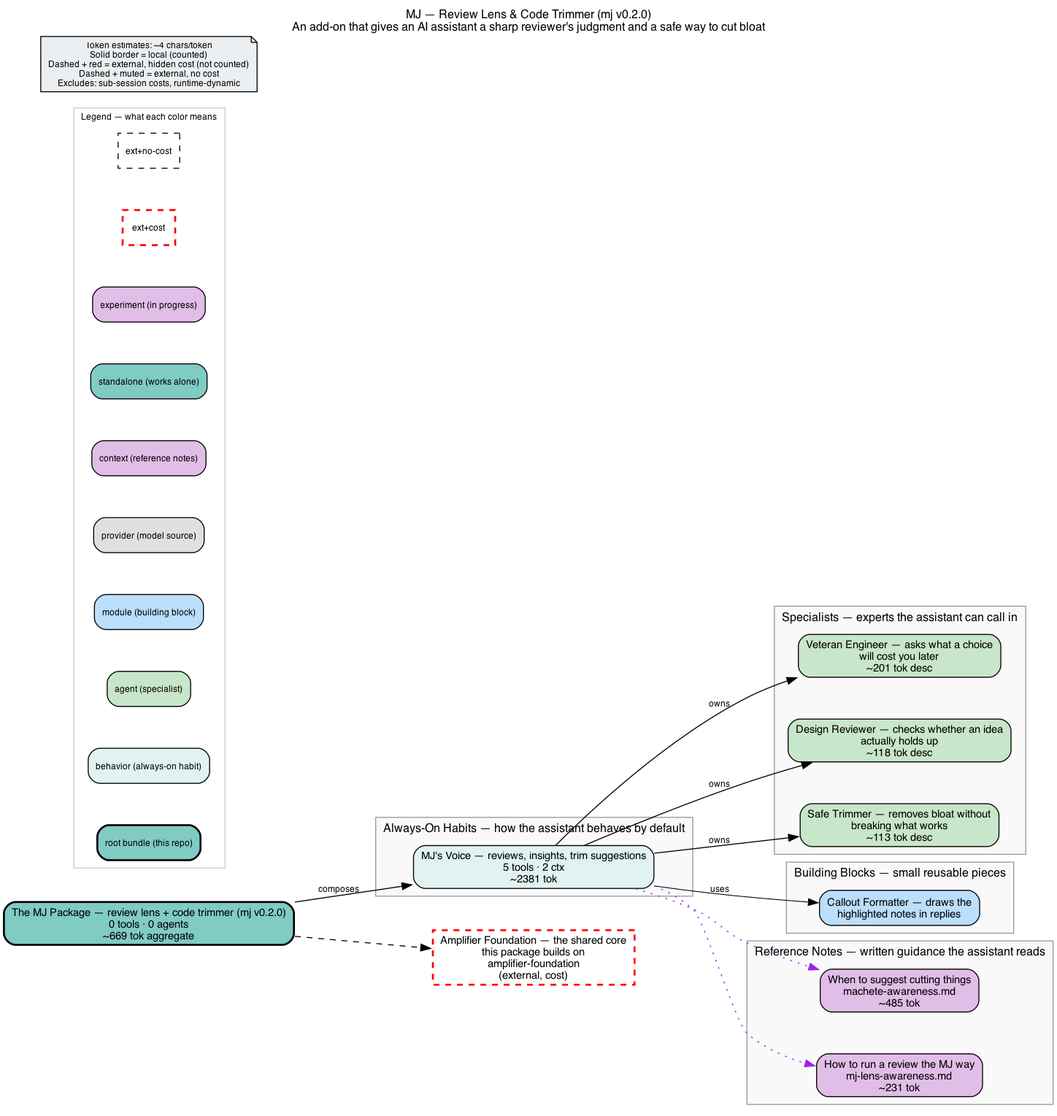
Before: bundle.png, a diagram exported from Graphviz (michaeljabbour/amplifier-bundle-mj). Its source is kept beside it as bundle.dot.
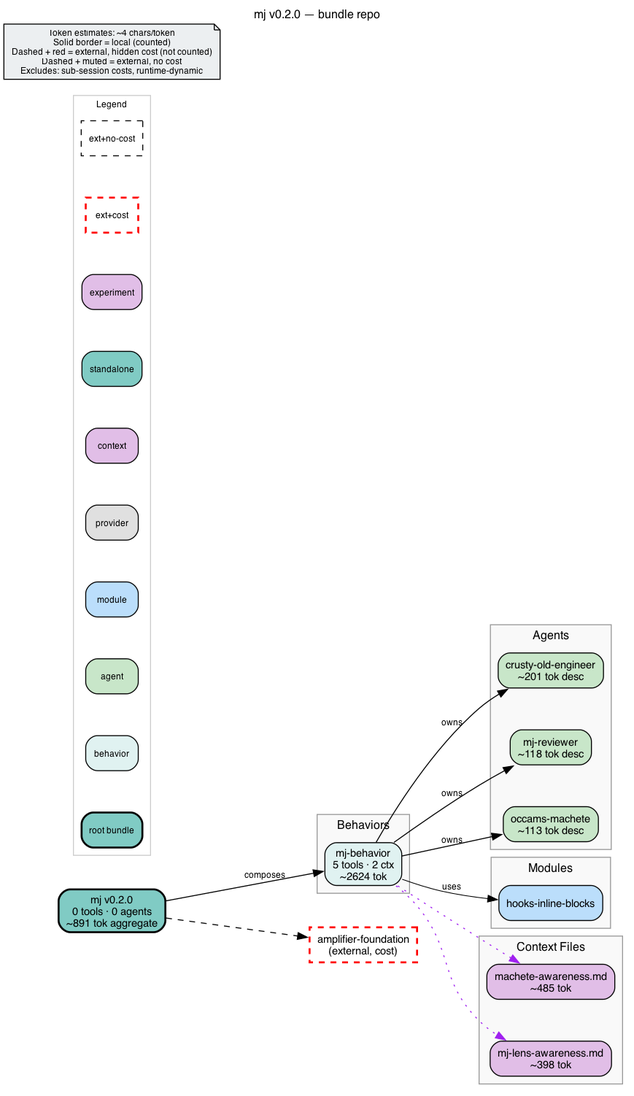
The same diagram one commit later.

Commit message:
feat: Add /mj review mode, mj-lens skill, and direction-check recipe

Change to the diagram source:
```diff
@@ -1,82 +1,81 @@
-
 digraph mj {
     rankdir=LR
     fontname="Helvetica"
     fontsize=12
-    label="MJ — Review Lens & Code Trimmer (mj v0.2.0)\nAn add-on that gives an AI assistant a sharp reviewer's judgment and a safe way to cut bloat"
+    label="mj v0.2.0 — bundle repo"
     labelloc=t
     labeljust=c
     nodesep=0.6
     ranksep=0.7
     bgcolor="white"
-    source_hash="dfbe9bab5dbd45947f76f39cf5c6145db856be17fc50b47e31523c6c0058c8b0"
+    source_hash="9b387a467f15a965536b2d72268324c78f9d055d09d1cd9bc049106815b4e841"
 
     node [fontname="Helvetica", fontsize=11, style="filled,rounded"]
     edge [fontname="Helvetica", fontsize=9]
 
-    root_mj [label="The MJ Package — review lens + code trimmer (mj v0.2.0)\n0 tools · 0 agents\n~669 tok aggregate", shape=box, fillcolor="#80cbc4", style="filled,rounded,bold", penwidth=2]
+    root_mj [label="mj v0.2.0\n0 tools · 0 agents\n~891 tok aggregate", shape=box, fillcolor="#80cbc4", style="filled,rounded,bold", penwidth=2]
 
     subgraph cluster_behaviors {
-        label="Always-On Habits — how the assistant behaves by default"
+        label="Behaviors"
         style="filled"
         fillcolor="#f9f9f9"
         color="#999999"
 
-        beh_mj_behavior [label="MJ's Voice — reviews, insights, trim suggestions\n5 tools · 2 ctx\n~2381 tok", shape=box, fillcolor="#e0f2f1", style="filled,rounded"]
+        beh_mj_behavior [label="mj-behavior\n5 tools · 2 ctx\n~2624 tok", shape=box, fillcolor="#e0f2f1", style="filled,rounded"]
     }
 
     subgraph cluster_agents {
-        label="Specialists — experts the assistant can call in"
+        label="Agents"
         style="filled"
         fillcolor="#f9f9f9"
         color="#999999"
 
-        agt_crusty_old_engineer [label="Veteran Engineer — asks what a choice\nwill cost you later\n~201 tok desc", shape=box, fillcolor="#c8e6c9", style="filled,rounded"]
-        agt_mj_reviewer [label="Design Reviewer — checks whether an idea\nactually holds up\n~118 tok desc", shape=box, fillcolor="#c8e6c9", style="filled,rounded"]
-        agt_occams_machete [label="Safe Trimmer — removes bloat without\nbreaking what works\n~113 tok desc", shape=box, fillcolor="#c8e6c9", style="filled,rounded"]
+        agt_crusty_old_engineer [label="crusty-old-engineer\n~201 tok desc", shape=box, fillcolor="#c8e6c9", style="filled,rounded"]
+        agt_mj_reviewer [label="mj-reviewer\n~118 tok desc", shape=box, fillcolor="#c8e6c9", style="filled,rounded"]
+        agt_occams_machete [label="occams-machete\n~113 tok desc", shape=box, fillcolor="#c8e6c9", style="filled,rounded"]
     }
 
     subgraph cluster_modules {
-        label="Building Blocks — small reusable pieces"
+        label="Modules"
         style="filled"
         fillcolor="#f9f9f9"
         color="#999999"
 
-        mod_hooks_inline_blocks [label="Callout Formatter — draws the\nhighlighted notes in replies", shape=box, fillcolor="#bbdefb", style="filled,rounded"]
+        mod_hooks_inline_blocks [label="hooks-inline-blocks", shape=box, fillcolor="#bbdefb", style="filled,rounded"]
     }
 
     subgraph cluster_context {
-        label="Reference Notes — written guidance the assistant reads"
+        label="Context Files"
         style="filled"
         fillcolor="#f9f9f9"
         color="#999999"
 
-        ctx_machete_awareness_md [label="When to suggest cutting things\nmachete-awareness.md\n~485 tok", shape=box, fillcolor="#e1bee7", style="filled,rounded"]
-        ctx_mj_lens_awareness_md [label="How to run a review the MJ way\nmj-lens-awareness.md\n~231 tok", shape=box, fillcolor="#e1bee7", style="filled,rounded"]
+        ctx_machete_awareness_md [label="machete-awareness.md\n~485 tok", shape=box, fillcolor="#e1bee7", style="filled,rounded"]
+        ctx_mj_lens_awareness_md [label="mj-lens-awareness.md\n~398 tok", shape=box, fillcolor="#e1bee7", style="filled,rounded"]
     }
 
     subgraph cluster_legend {
-        label="Legend — what each color means"
+        label="Legend"
         style="filled"
         fillcolor="white"
         color="#cccccc"
         fontsize=9
 
-        leg_root [label="root bundle (this repo)", shape=box, fillcolor="#80cbc4", style="filled,rounded,bold", fontsize=9]
-        leg_behavior [label="behavior (always-on habit)", shape=box, fillcolor="#e0f2f1", style="filled,rounded", fontsize=9]
-        leg_agent [label="agent (specialist)", shape=box, fillcolor="#c8e6c9", style="filled,rounded", fontsize=9]
-        leg_module [label="module (building block)", shape=box, fillcolor="#bbdefb", style="filled,rounded", fontsize=9]
-        leg_provider [label="provider (model source)", shape=box, fillcolor="#e0e0e0", style="filled,rounded", fontsize=9]
-        leg_context [label="context (reference notes)", shape=box, fillcolor="#e1bee7", style="filled,rounded", fontsize=9]
-        leg_standalone [label="standalone (works alone)", shape=box, fillcolor="#80cbc4", style="filled,rounded", fontsize=9]
-        leg_experiment [label="experiment (in progress)", shape=box, fillcolor="#e1bee7", style="filled,rounded", fontsize=9]
+        leg_root [label="root bundle", shape=box, fillcolor="#80cbc4", style="filled,rounded,bold", fontsize=9]
+        leg_behavior [label="behavior", shape=box, fillcolor="#e0f2f1", style="filled,rounded", fontsize=9]
+        leg_agent [label="agent", shape=box, fillcolor="#c8e6c9", style="filled,rounded", fontsize=9]
+        leg_module [label="module", shape=box, fillcolor="#bbdefb", style="filled,rounded", fontsize=9]
+        leg_provider [label="provider", shape=box, fillcolor="#e0e0e0", style="filled,rounded", fontsize=9]
+        leg_context [label="context", shape=box, fillcolor="#e1bee7", style="filled,rounded", fontsize=9]
+        leg_standalone [label="standalone", shape=box, fillcolor="#80cbc4", style="filled,rounded", fontsize=9]
+        leg_experiment [label="experiment", shape=box, fillcolor="#e1bee7", style="filled,rounded", fontsize=9]
         leg_ext_cost [label="ext+cost", shape=box, fillcolor="#80cbc4", style="dashed", color="red", penwidth=2, fontsize=9]
         leg_ext_muted [label="ext+no-cost", shape=box, fillcolor="#f5f5f5", style="dashed", fontsize=9]
     }
 
     disclaimer [label="Token estimates: ~4 chars/token\nSolid border = local (counted)\nDashed + red = external, hidden cost (not counted)\nDashed + muted = external, no cost\nExcludes: sub-session costs, runtime-dynamic", shape=note, fillcolor="#eceff1", style="filled", fontsize=9]
 
-    ext_githttps___github_com_microsoft_amplifier_foundation_main [label="Amplifier Foundation — the shared core\nthis package builds on\namplifier-foundation\n(external, cost)", shape=box, fillcolor="#80cbc4", style="dashed", color="red", penwidth=2]
+    ext_githttps___github_com_microsoft_amplifier_foundation_main [label="amplifier-foundation\n(external, cost)", shape=box, fillcolor="#80cbc4", style="dashed", color="red", penwidth=2]
 
     root_mj -> ext_githttps___github_com_microsoft_amplifier_foundation_main [style=dashed]
     root_mj -> beh_mj_behavior [label="composes"]
```
